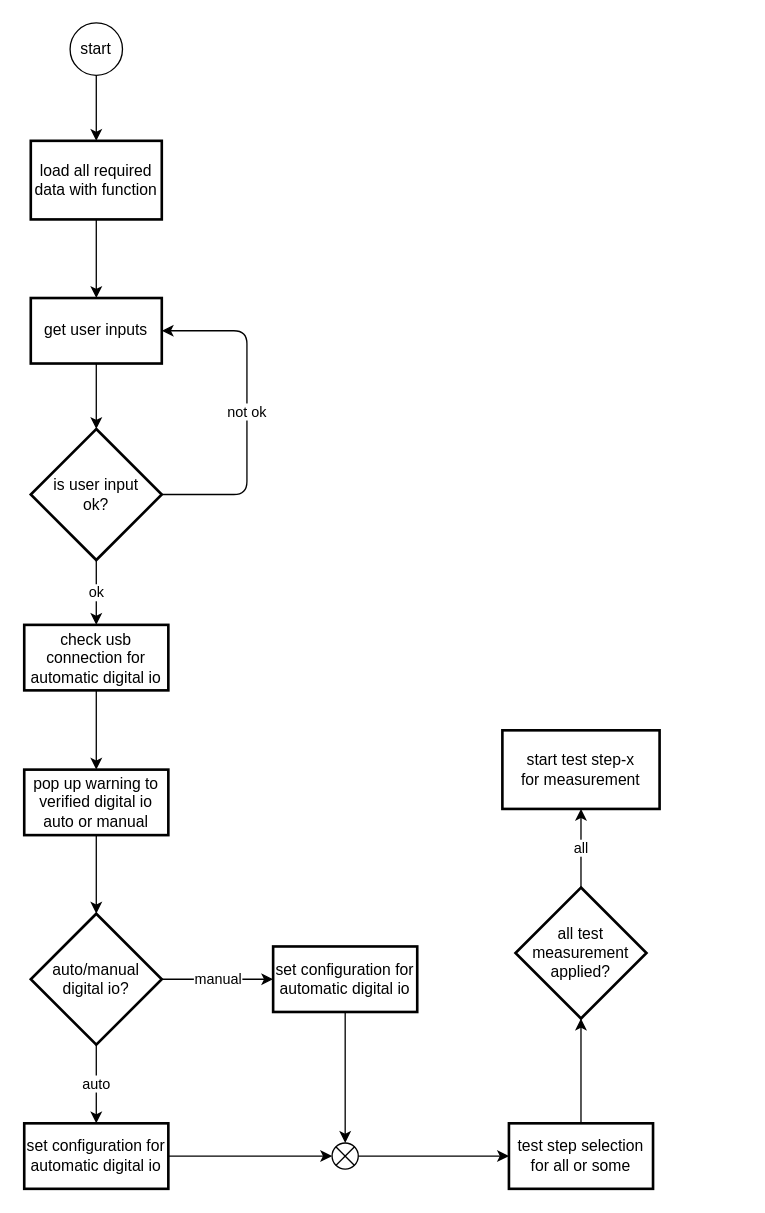
Before: project_2.drawio in qmep/flowchart, a draw.io diagram. Source tidied: cells renumbered, new cells numbered last; positions are measured from the earlier drawing's top-left corner, leaving out a move shared by most shapes. Both pictures are drawn from the tidied source at 131%, with x=0, y=0 at pixel (24, 22).
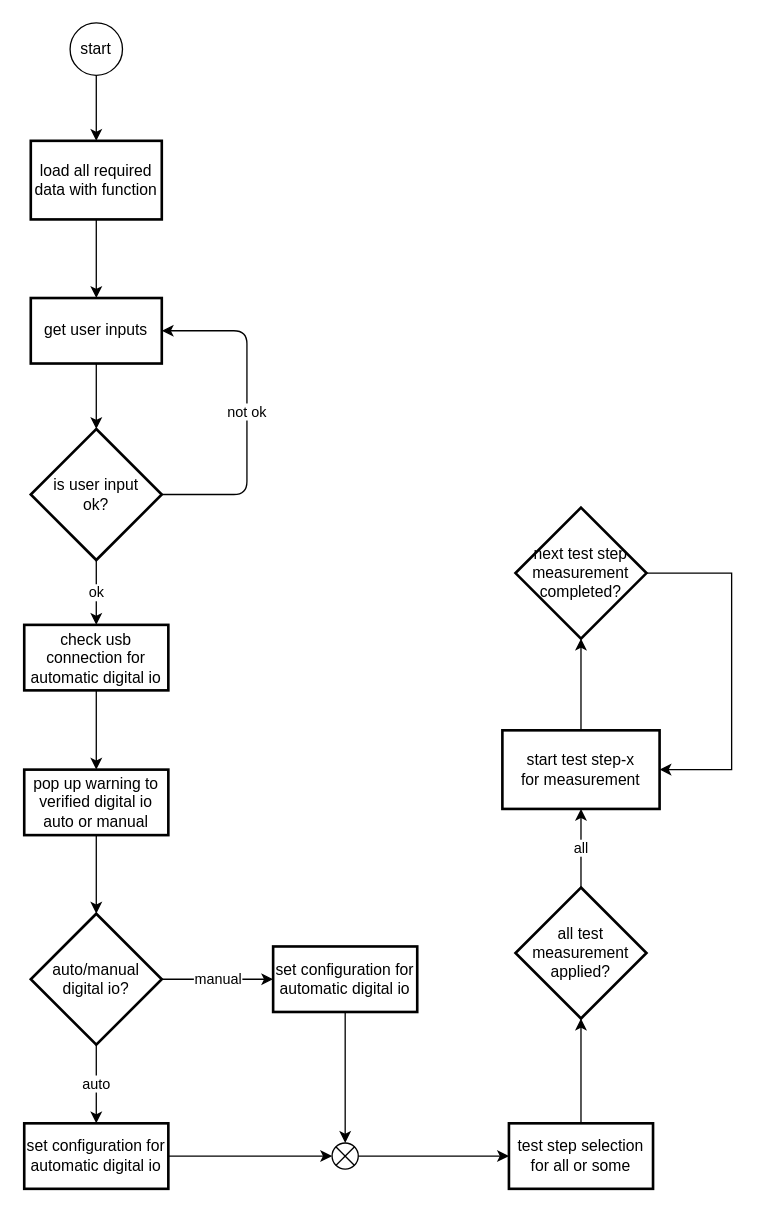
The same page after the edit.

Unchanged cells that the change refers to:
```xml
<mxCell id="19" value="start test step-x&lt;br&gt;for measurement" style="whiteSpace=wrap;html=1;absoluteArcSize=1;arcSize=14;strokeWidth=2;align=center;" parent="1" vertex="1">
  <mxGeometry x="365" y="540" width="120" height="60" as="geometry" />
</mxCell>
```

What changed in the source:
```diff
@@
+    <mxCell id="29" style="edgeStyle=orthogonalEdgeStyle;rounded=0;jettySize=auto;html=1;exitX=0.5;exitY=0;exitDx=0;exitDy=0;entryX=0.5;entryY=1;entryDx=0;entryDy=0;entryPerimeter=0;" parent="1" edge="1" source="19" target="31">
+      <mxGeometry relative="1" as="geometry" />
+    </mxCell>
@@
+    <mxCell id="30" style="edgeStyle=orthogonalEdgeStyle;rounded=0;jettySize=auto;html=1;exitX=1;exitY=0.5;exitDx=0;exitDy=0;exitPerimeter=0;entryX=1;entryY=0.5;entryDx=0;entryDy=0;" parent="1" edge="1" source="31" target="19">
+      <mxGeometry relative="1" as="geometry">
+        <Array as="points">
+          <mxPoint x="540" y="420" />
+          <mxPoint x="540" y="570" />
+        </Array>
+      </mxGeometry>
+    </mxCell>
+    <mxCell id="31" value="next test step measurement&lt;br&gt;completed?" style="strokeWidth=2;html=1;shape=mxgraph.flowchart.decision;whiteSpace=wrap;" parent="1" vertex="1">
+      <mxGeometry x="375" y="370" width="100" height="100" as="geometry" />
+    </mxCell>
```
